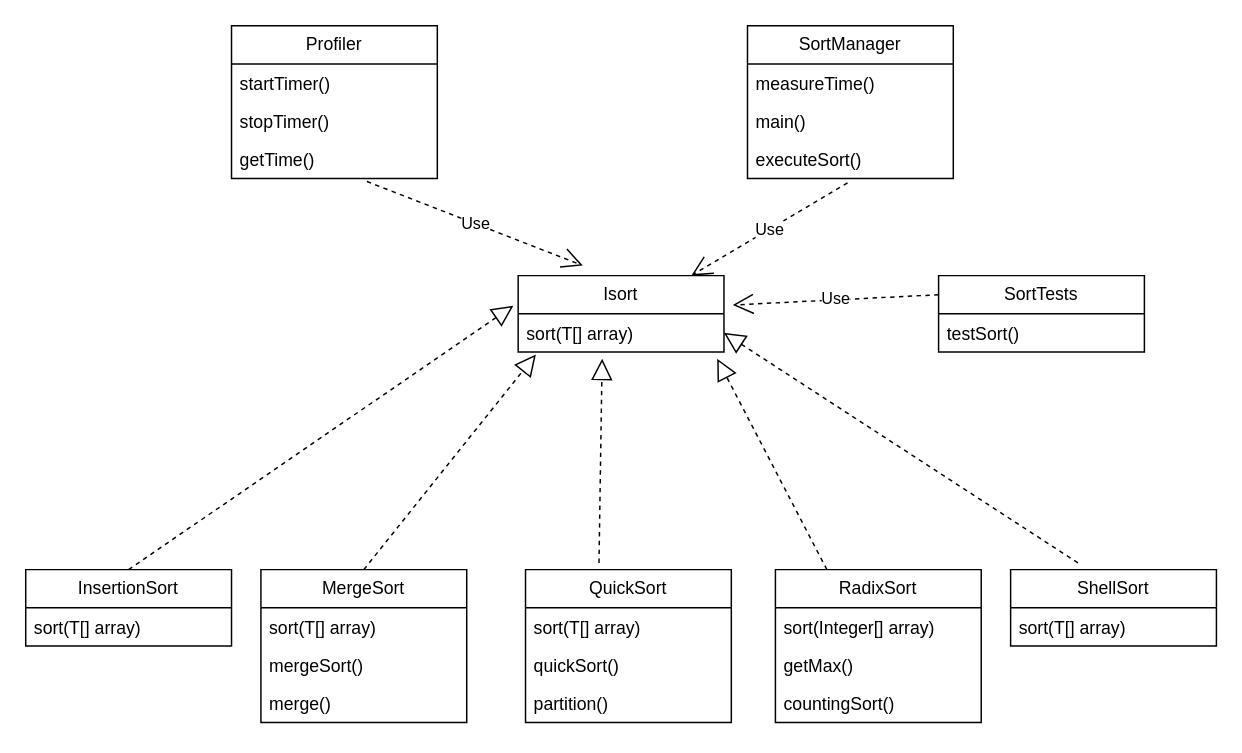
Earlier version of the draw.io diagram UML HDT3.drawio (JAVIERCLO/Hoja-De-Trabajo3). Source tidied: cells renumbered, new cells numbered last; positions are measured from the earlier drawing's top-left corner, leaving out a move shared by most shapes. Both pictures are drawn from the tidied source at 147%, with x=0, y=0 at pixel (25, 25).
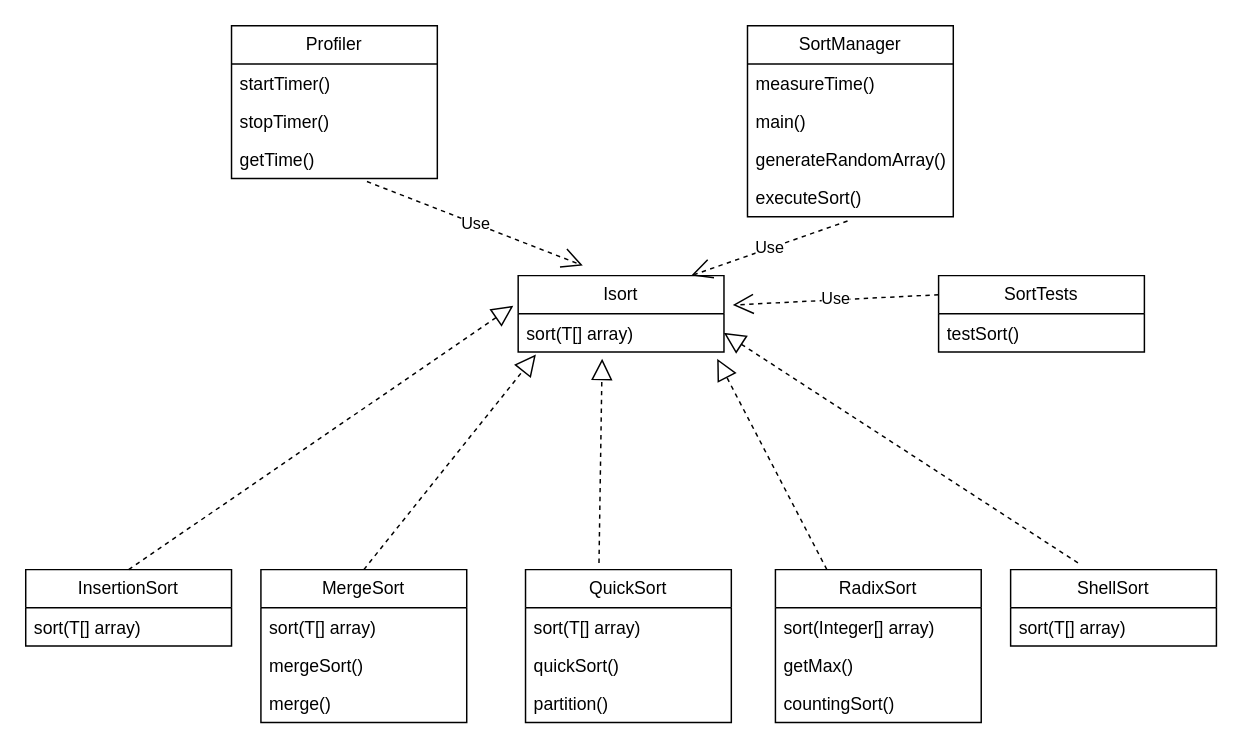
The same diagram, later.

Change to the diagram source:
```diff
@@
     <mxCell id="18" value="SortManager" style="swimlane;fontStyle=0;horizontal=1;startSize=26;fillColor=none;whiteSpace=wrap;html=1;" parent="1" vertex="1">
-      <mxGeometry x="491" width="140" height="104" as="geometry" />
+      <mxGeometry x="491" width="140" height="130" as="geometry" />
     </mxCell>
@@
+    <mxCell id="38" value="generateRandomArray()" style="text;strokeColor=none;fillColor=none;align=left;verticalAlign=top;spacingLeft=4;spacingRight=4;overflow=hidden;whiteSpace=wrap;html=1;" parent="18" vertex="1">
+      <mxGeometry y="78" width="140" height="26" as="geometry" />
+    </mxCell>
     <mxCell id="21" value="executeSort()" style="text;strokeColor=none;fillColor=none;align=left;verticalAlign=top;spacingLeft=4;spacingRight=4;overflow=hidden;points=[[0,0.5],[1,0.5]];portConstraint=eastwest;whiteSpace=wrap;html=1;" parent="18" vertex="1">
-      <mxGeometry y="78" width="140" height="26" as="geometry" />
+      <mxGeometry y="104" width="140" height="26" as="geometry" />
     </mxCell>
```
